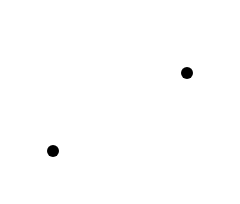
Above: 弹目相对运动模型.drawio in master-fency/plot (draw.io), before the change. Source tidied: cells renumbered, new cells numbered last; positions are measured from the earlier drawing's top-left corner, leaving out a move shared by most shapes. Both pictures are drawn from the tidied source at 200%, with x=0, y=0 at pixel (32, 52).
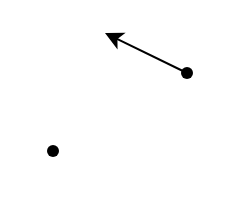
Above is the later version.

Commit message (it also covers changes not shown here):
更新弹目相对运动模型.drawio

The edit, as a diff of the source:
```diff
@@
 <mxGraphModel>
   <root>
     <mxCell id="0" />
     <mxCell id="1" parent="0" />
     <mxCell id="2" style="shape=waypoint;sketch=0;fillStyle=solid;size=6;fillColor=none;perimeter=centerPerimeter;" parent="1" vertex="1">
       <mxGeometry y="39" width="20" height="20" as="geometry" />
     </mxCell>
-    <mxCell id="3" style="shape=waypoint;sketch=0;fillStyle=solid;size=6;points=[];fillColor=none;perimeter=centerPerimeter;snapToPoint=1;" parent="1" vertex="1">
+    <mxCell id="3" style="shape=waypoint;sketch=0;fillStyle=solid;size=6;points=[];fillColor=none;perimeter=centerPerimeter;snapToPoint=1;perimeterSpacing=0;" parent="1" vertex="1">
       <mxGeometry x="67" width="20" height="20" as="geometry" />
     </mxCell>
+    <mxCell id="4" style="endArrow=classic;html=1;rounded=0;fontFamily=Helvetica;fontSize=12;fontColor=default;" parent="1" edge="1" source="3">
+      <mxGeometry relative="1" as="geometry">
+        <mxPoint x="36" y="-10" as="targetPoint" />
+      </mxGeometry>
+    </mxCell>
   </root>
 </mxGraphModel>
```
